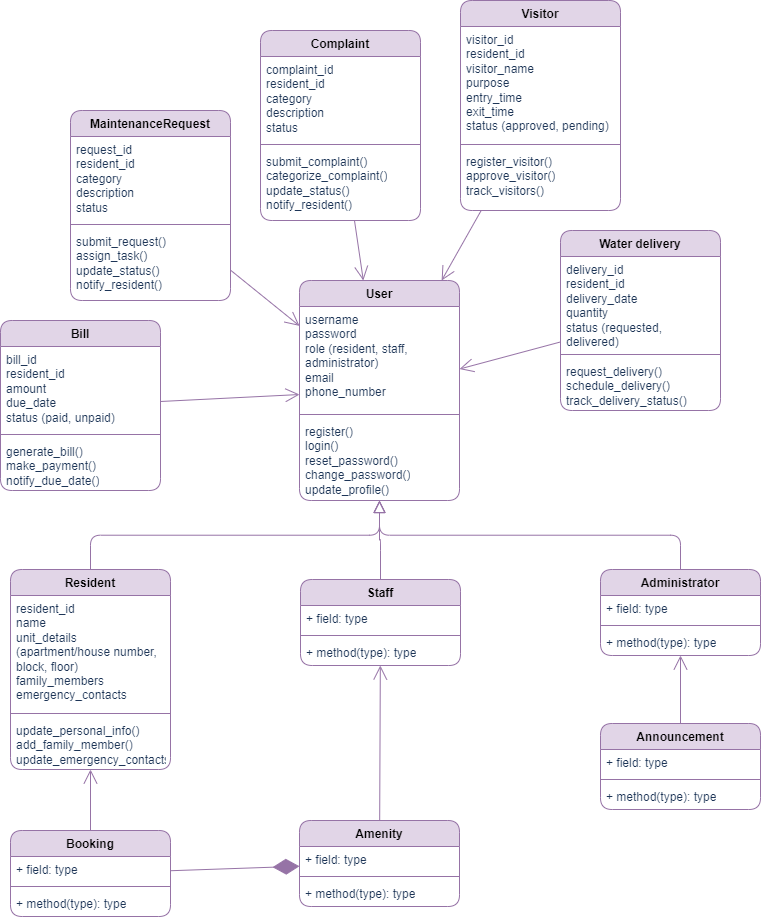
Earlier version of the draw.io export UML class diagram.drawio.png (zainy0805/SE_Assignment_project). Source tidied: cells renumbered, new cells last; positions are measured from the earlier drawing's top-left corner, leaving out a move shared by most shapes.
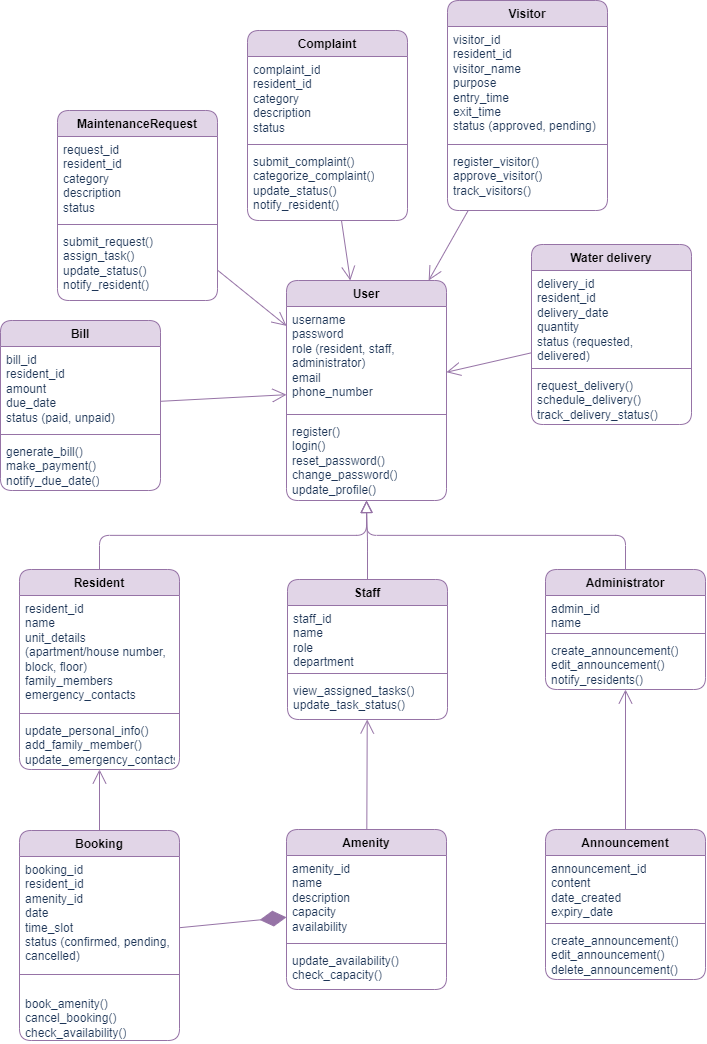
After the change.

What changed in the source:
```diff
@@ -18,7 +18,7 @@
       <mxGeometry y="138" width="160" height="82" as="geometry" />
     </mxCell>
     <mxCell id="7" value="Resident" style="swimlane;fontStyle=1;align=center;verticalAlign=top;horizontal=1;startSize=26;whiteSpace=wrap;html=1;rounded=1;strokeColor=#9673a6;fillColor=#e1d5e7;" parent="1" vertex="1">
-      <mxGeometry x="10" y="569" width="160" height="200" as="geometry" />
+      <mxGeometry x="32" y="569" width="160" height="200" as="geometry" />
     </mxCell>
     <mxCell id="8" value="&lt;span style=&quot;background-color: initial;&quot;&gt;resident_id&lt;/span&gt;&lt;br&gt;&lt;span style=&quot;background-color: initial;&quot;&gt;name&lt;/span&gt;&lt;br&gt;&lt;span style=&quot;background-color: initial;&quot;&gt;unit_details (apartment/house number, block, floor)&lt;/span&gt;&lt;br&gt;&lt;span style=&quot;background-color: initial;&quot;&gt;family_members&lt;/span&gt;&lt;br&gt;&lt;span style=&quot;background-color: initial;&quot;&gt;emergency_contacts&lt;/span&gt;" style="text;strokeColor=none;fillColor=none;align=left;verticalAlign=top;spacingLeft=4;spacingRight=4;overflow=hidden;whiteSpace=wrap;html=1;fontColor=#1D3557;" parent="7" vertex="1">
       <mxGeometry y="26" width="160" height="114" as="geometry" />
@@ -30,64 +30,64 @@
       <mxGeometry y="148" width="160" height="52" as="geometry" />
     </mxCell>
     <mxCell id="11" value="Staff" style="swimlane;fontStyle=1;align=center;verticalAlign=top;horizontal=1;startSize=26;whiteSpace=wrap;html=1;rounded=1;strokeColor=#9673a6;fillColor=#e1d5e7;" parent="1" vertex="1">
-      <mxGeometry x="300" y="579" width="160" height="86" as="geometry" />
+      <mxGeometry x="300" y="579" width="160" height="140" as="geometry" />
     </mxCell>
-    <mxCell id="12" value="+ field: type" style="text;strokeColor=none;fillColor=none;align=left;verticalAlign=top;spacingLeft=4;spacingRight=4;overflow=hidden;whiteSpace=wrap;html=1;fontColor=#1D3557;" parent="11" vertex="1">
-      <mxGeometry y="26" width="160" height="26" as="geometry" />
+    <mxCell id="12" value="&lt;span style=&quot;background-color: initial;&quot;&gt;staff_id&lt;/span&gt;&lt;br&gt;&lt;span style=&quot;background-color: initial;&quot;&gt;name&lt;/span&gt;&lt;br&gt;&lt;span style=&quot;background-color: initial;&quot;&gt;role&lt;/span&gt;&lt;br&gt;&lt;span style=&quot;background-color: initial;&quot;&gt;department&lt;/span&gt;" style="text;strokeColor=none;fillColor=none;align=left;verticalAlign=top;spacingLeft=4;spacingRight=4;overflow=hidden;whiteSpace=wrap;html=1;fontColor=#1D3557;" parent="11" vertex="1">
+      <mxGeometry y="26" width="160" height="64" as="geometry" />
     </mxCell>
     <mxCell id="13" style="line;strokeWidth=1;fillColor=none;align=left;verticalAlign=middle;spacingTop=-1;spacingLeft=3;spacingRight=3;labelPosition=right;strokeColor=inherit;rounded=1;fontColor=#1D3557;" parent="11" vertex="1">
-      <mxGeometry y="52" width="160" height="8" as="geometry" />
+      <mxGeometry y="90" width="160" height="8" as="geometry" />
     </mxCell>
-    <mxCell id="14" value="+ method(type): type" style="text;strokeColor=none;fillColor=none;align=left;verticalAlign=top;spacingLeft=4;spacingRight=4;overflow=hidden;whiteSpace=wrap;html=1;fontColor=#1D3557;" parent="11" vertex="1">
-      <mxGeometry y="60" width="160" height="26" as="geometry" />
+    <mxCell id="14" value="&lt;span style=&quot;background-color: initial;&quot;&gt;view_assigned_tasks()&lt;/span&gt;&lt;br&gt;&lt;span style=&quot;background-color: initial;&quot;&gt;update_task_status()&lt;/span&gt;" style="text;strokeColor=none;fillColor=none;align=left;verticalAlign=top;spacingLeft=4;spacingRight=4;overflow=hidden;whiteSpace=wrap;html=1;fontColor=#1D3557;" parent="11" vertex="1">
+      <mxGeometry y="98" width="160" height="42" as="geometry" />
     </mxCell>
     <mxCell id="15" value="Administrator" style="swimlane;fontStyle=1;align=center;verticalAlign=top;horizontal=1;startSize=26;whiteSpace=wrap;html=1;rounded=1;strokeColor=#9673a6;fillColor=#e1d5e7;" parent="1" vertex="1">
-      <mxGeometry x="600" y="569" width="160" height="86" as="geometry" />
+      <mxGeometry x="558" y="569" width="160" height="120" as="geometry" />
     </mxCell>
-    <mxCell id="16" value="+ field: type" style="text;strokeColor=none;fillColor=none;align=left;verticalAlign=top;spacingLeft=4;spacingRight=4;overflow=hidden;whiteSpace=wrap;html=1;fontColor=#1D3557;" parent="15" vertex="1">
-      <mxGeometry y="26" width="160" height="26" as="geometry" />
+    <mxCell id="16" value="&lt;span style=&quot;background-color: initial;&quot;&gt;admin_id&lt;/span&gt;&lt;br&gt;&lt;span style=&quot;background-color: initial;&quot;&gt;name&lt;/span&gt;" style="text;strokeColor=none;fillColor=none;align=left;verticalAlign=top;spacingLeft=4;spacingRight=4;overflow=hidden;whiteSpace=wrap;html=1;fontColor=#1D3557;" parent="15" vertex="1">
+      <mxGeometry y="26" width="160" height="34" as="geometry" />
     </mxCell>
     <mxCell id="17" style="line;strokeWidth=1;fillColor=none;align=left;verticalAlign=middle;spacingTop=-1;spacingLeft=3;spacingRight=3;labelPosition=right;strokeColor=inherit;rounded=1;fontColor=#1D3557;" parent="15" vertex="1">
-      <mxGeometry y="52" width="160" height="8" as="geometry" />
+      <mxGeometry y="60" width="160" height="8" as="geometry" />
     </mxCell>
-    <mxCell id="18" value="+ method(type): type" style="text;strokeColor=none;fillColor=none;align=left;verticalAlign=top;spacingLeft=4;spacingRight=4;overflow=hidden;whiteSpace=wrap;html=1;fontColor=#1D3557;" parent="15" vertex="1">
-      <mxGeometry y="60" width="160" height="26" as="geometry" />
+    <mxCell id="18" value="&lt;span style=&quot;background-color: initial;&quot;&gt;create_announcement()&lt;/span&gt;&lt;br&gt;&lt;span style=&quot;background-color: initial;&quot;&gt;edit_announcement()&lt;/span&gt;&lt;br&gt;&lt;span style=&quot;background-color: initial;&quot;&gt;notify_residents()&lt;/span&gt;" style="text;strokeColor=none;fillColor=none;align=left;verticalAlign=top;spacingLeft=4;spacingRight=4;overflow=hidden;whiteSpace=wrap;html=1;fontColor=#1D3557;" parent="15" vertex="1">
+      <mxGeometry y="68" width="160" height="52" as="geometry" />
     </mxCell>
     <mxCell id="19" value="Amenity" style="swimlane;fontStyle=1;align=center;verticalAlign=top;horizontal=1;startSize=26;whiteSpace=wrap;html=1;rounded=1;strokeColor=#9673a6;fillColor=#e1d5e7;" parent="1" vertex="1">
-      <mxGeometry x="299" y="820" width="160" height="86" as="geometry" />
+      <mxGeometry x="299" y="829" width="160" height="160" as="geometry" />
     </mxCell>
-    <mxCell id="20" value="+ field: type" style="text;strokeColor=none;fillColor=none;align=left;verticalAlign=top;spacingLeft=4;spacingRight=4;overflow=hidden;whiteSpace=wrap;html=1;fontColor=#1D3557;" parent="19" vertex="1">
-      <mxGeometry y="26" width="160" height="26" as="geometry" />
+    <mxCell id="20" value="&lt;span style=&quot;background-color: initial;&quot;&gt;amenity_id&lt;/span&gt;&lt;br&gt;&lt;span style=&quot;background-color: initial;&quot;&gt;name&lt;/span&gt;&lt;br&gt;&lt;span style=&quot;background-color: initial;&quot;&gt;description&lt;/span&gt;&lt;br&gt;&lt;span style=&quot;background-color: initial;&quot;&gt;capacity&lt;/span&gt;&lt;br&gt;&lt;span style=&quot;background-color: initial;&quot;&gt;availability&lt;/span&gt;" style="text;strokeColor=none;fillColor=none;align=left;verticalAlign=top;spacingLeft=4;spacingRight=4;overflow=hidden;whiteSpace=wrap;html=1;fontColor=#1D3557;" parent="19" vertex="1">
+      <mxGeometry y="26" width="160" height="84" as="geometry" />
     </mxCell>
     <mxCell id="21" style="line;strokeWidth=1;fillColor=none;align=left;verticalAlign=middle;spacingTop=-1;spacingLeft=3;spacingRight=3;labelPosition=right;strokeColor=inherit;rounded=1;fontColor=#1D3557;" parent="19" vertex="1">
-      <mxGeometry y="52" width="160" height="8" as="geometry" />
+      <mxGeometry y="110" width="160" height="8" as="geometry" />
     </mxCell>
-    <mxCell id="22" value="+ method(type): type" style="text;strokeColor=none;fillColor=none;align=left;verticalAlign=top;spacingLeft=4;spacingRight=4;overflow=hidden;whiteSpace=wrap;html=1;fontColor=#1D3557;" parent="19" vertex="1">
-      <mxGeometry y="60" width="160" height="26" as="geometry" />
+    <mxCell id="22" value="&lt;span style=&quot;background-color: initial;&quot;&gt;update_availability()&lt;/span&gt;&lt;br&gt;&lt;span style=&quot;background-color: initial;&quot;&gt;check_capacity()&lt;/span&gt;" style="text;strokeColor=none;fillColor=none;align=left;verticalAlign=top;spacingLeft=4;spacingRight=4;overflow=hidden;whiteSpace=wrap;html=1;fontColor=#1D3557;" parent="19" vertex="1">
+      <mxGeometry y="118" width="160" height="42" as="geometry" />
     </mxCell>
     <mxCell id="23" value="Booking" style="swimlane;fontStyle=1;align=center;verticalAlign=top;horizontal=1;startSize=26;whiteSpace=wrap;html=1;rounded=1;strokeColor=#9673a6;fillColor=#e1d5e7;" parent="1" vertex="1">
-      <mxGeometry x="10" y="830" width="160" height="86" as="geometry" />
+      <mxGeometry x="32" y="830" width="160" height="210" as="geometry" />
     </mxCell>
-    <mxCell id="24" value="+ field: type" style="text;strokeColor=none;fillColor=none;align=left;verticalAlign=top;spacingLeft=4;spacingRight=4;overflow=hidden;whiteSpace=wrap;html=1;fontColor=#1D3557;" parent="23" vertex="1">
-      <mxGeometry y="26" width="160" height="26" as="geometry" />
+    <mxCell id="24" value="&lt;span style=&quot;background-color: initial;&quot;&gt;booking_id&lt;/span&gt;&lt;br&gt;&lt;span style=&quot;background-color: initial;&quot;&gt;resident_id&lt;/span&gt;&lt;br&gt;&lt;span style=&quot;background-color: initial;&quot;&gt;amenity_id&lt;/span&gt;&lt;br&gt;&lt;span style=&quot;background-color: initial;&quot;&gt;date&lt;/span&gt;&lt;br&gt;&lt;span style=&quot;background-color: initial;&quot;&gt;time_slot&lt;/span&gt;&lt;br&gt;&lt;span style=&quot;background-color: initial;&quot;&gt;status (confirmed, pending, cancelled)&lt;/span&gt;" style="text;strokeColor=none;fillColor=none;align=left;verticalAlign=top;spacingLeft=4;spacingRight=4;overflow=hidden;whiteSpace=wrap;html=1;fontColor=#1D3557;" parent="23" vertex="1">
+      <mxGeometry y="26" width="160" height="114" as="geometry" />
     </mxCell>
     <mxCell id="25" style="line;strokeWidth=1;fillColor=none;align=left;verticalAlign=middle;spacingTop=-1;spacingLeft=3;spacingRight=3;labelPosition=right;strokeColor=inherit;rounded=1;fontColor=#1D3557;" parent="23" vertex="1">
-      <mxGeometry y="52" width="160" height="8" as="geometry" />
+      <mxGeometry y="140" width="160" height="8" as="geometry" />
     </mxCell>
-    <mxCell id="26" value="+ method(type): type" style="text;strokeColor=none;fillColor=none;align=left;verticalAlign=top;spacingLeft=4;spacingRight=4;overflow=hidden;whiteSpace=wrap;html=1;fontColor=#1D3557;" parent="23" vertex="1">
-      <mxGeometry y="60" width="160" height="26" as="geometry" />
+    <mxCell id="26" value="&lt;ul class=&quot;ak-ul&quot;&gt;&lt;/ul&gt;&lt;span style=&quot;background-color: initial;&quot;&gt;book_amenity()&lt;/span&gt;&lt;div&gt;&lt;span style=&quot;background-color: initial;&quot;&gt;cancel_booking()&lt;/span&gt;&lt;/div&gt;&lt;div&gt;&lt;span style=&quot;background-color: initial;&quot;&gt;check_availability()&lt;/span&gt;&lt;br&gt;&lt;p&gt;&lt;/p&gt;&lt;/div&gt;" style="text;strokeColor=none;fillColor=none;align=left;verticalAlign=top;spacingLeft=4;spacingRight=4;overflow=hidden;whiteSpace=wrap;html=1;fontColor=#1D3557;" parent="23" vertex="1">
+      <mxGeometry y="148" width="160" height="62" as="geometry" />
     </mxCell>
     <mxCell id="27" value="Announcement" style="swimlane;fontStyle=1;align=center;verticalAlign=top;horizontal=1;startSize=26;whiteSpace=wrap;html=1;rounded=1;strokeColor=#9673a6;fillColor=#e1d5e7;" parent="1" vertex="1">
-      <mxGeometry x="600" y="723" width="160" height="86" as="geometry" />
+      <mxGeometry x="558" y="829" width="160" height="150" as="geometry" />
     </mxCell>
-    <mxCell id="28" value="+ field: type" style="text;strokeColor=none;fillColor=none;align=left;verticalAlign=top;spacingLeft=4;spacingRight=4;overflow=hidden;whiteSpace=wrap;html=1;fontColor=#1D3557;" parent="27" vertex="1">
-      <mxGeometry y="26" width="160" height="26" as="geometry" />
+    <mxCell id="28" value="&lt;span style=&quot;background-color: initial;&quot;&gt;announcement_id&lt;/span&gt;&lt;br&gt;&lt;span style=&quot;background-color: initial;&quot;&gt;content&lt;/span&gt;&lt;br&gt;&lt;span style=&quot;background-color: initial;&quot;&gt;date_created&lt;/span&gt;&lt;br&gt;&lt;span style=&quot;background-color: initial;&quot;&gt;expiry_date&lt;/span&gt;" style="text;strokeColor=none;fillColor=none;align=left;verticalAlign=top;spacingLeft=4;spacingRight=4;overflow=hidden;whiteSpace=wrap;html=1;fontColor=#1D3557;" parent="27" vertex="1">
+      <mxGeometry y="26" width="160" height="64" as="geometry" />
     </mxCell>
     <mxCell id="29" style="line;strokeWidth=1;fillColor=none;align=left;verticalAlign=middle;spacingTop=-1;spacingLeft=3;spacingRight=3;labelPosition=right;strokeColor=inherit;rounded=1;fontColor=#1D3557;" parent="27" vertex="1">
-      <mxGeometry y="52" width="160" height="8" as="geometry" />
+      <mxGeometry y="90" width="160" height="8" as="geometry" />
     </mxCell>
-    <mxCell id="30" value="+ method(type): type" style="text;strokeColor=none;fillColor=none;align=left;verticalAlign=top;spacingLeft=4;spacingRight=4;overflow=hidden;whiteSpace=wrap;html=1;fontColor=#1D3557;" parent="27" vertex="1">
-      <mxGeometry y="60" width="160" height="26" as="geometry" />
+    <mxCell id="30" value="&lt;span style=&quot;background-color: initial;&quot;&gt;create_announcement()&lt;/span&gt;&lt;br&gt;&lt;span style=&quot;background-color: initial;&quot;&gt;edit_announcement()&lt;/span&gt;&lt;br&gt;&lt;span style=&quot;background-color: initial;&quot;&gt;delete_announcement()&lt;/span&gt;" style="text;strokeColor=none;fillColor=none;align=left;verticalAlign=top;spacingLeft=4;spacingRight=4;overflow=hidden;whiteSpace=wrap;html=1;fontColor=#1D3557;" parent="27" vertex="1">
+      <mxGeometry y="98" width="160" height="52" as="geometry" />
     </mxCell>
     <mxCell id="31" value="MaintenanceRequest" style="swimlane;fontStyle=1;align=center;verticalAlign=top;horizontal=1;startSize=26;whiteSpace=wrap;html=1;rounded=1;strokeColor=#9673a6;fillColor=#e1d5e7;" parent="1" vertex="1">
       <mxGeometry x="70" y="110" width="160" height="190" as="geometry" />
@@ -126,7 +126,7 @@
       <mxGeometry y="118" width="160" height="72" as="geometry" />
     </mxCell>
     <mxCell id="43" value="Bill" style="swimlane;fontStyle=1;align=center;verticalAlign=top;horizontal=1;startSize=26;whiteSpace=wrap;html=1;rounded=1;strokeColor=#9673a6;fillColor=#e1d5e7;" parent="1" vertex="1">
-      <mxGeometry y="320" width="160" height="170" as="geometry" />
+      <mxGeometry x="13" y="320" width="160" height="170" as="geometry" />
     </mxCell>
     <mxCell id="44" value="&lt;span style=&quot;background-color: initial;&quot;&gt;bill_id&lt;/span&gt;&lt;br&gt;&lt;span style=&quot;background-color: initial;&quot;&gt;resident_id&lt;/span&gt;&lt;br&gt;&lt;span style=&quot;background-color: initial;&quot;&gt;amount&lt;/span&gt;&lt;br&gt;&lt;span style=&quot;background-color: initial;&quot;&gt;due_date&lt;/span&gt;&lt;br&gt;&lt;span style=&quot;background-color: initial;&quot;&gt;status (paid, unpaid)&lt;/span&gt;" style="text;strokeColor=none;fillColor=none;align=left;verticalAlign=top;spacingLeft=4;spacingRight=4;overflow=hidden;whiteSpace=wrap;html=1;fontColor=#1D3557;" parent="43" vertex="1">
       <mxGeometry y="26" width="160" height="84" as="geometry" />
@@ -144,7 +144,7 @@
       <mxGeometry relative="1" as="geometry" />
     </mxCell>
     <mxCell id="49" value="Water delivery" style="swimlane;fontStyle=1;align=center;verticalAlign=top;horizontal=1;startSize=26;whiteSpace=wrap;html=1;rounded=1;strokeColor=#9673a6;fillColor=#e1d5e7;" parent="1" vertex="1">
-      <mxGeometry x="560" y="230" width="160" height="180" as="geometry" />
+      <mxGeometry x="544" y="244" width="160" height="180" as="geometry" />
     </mxCell>
     <mxCell id="50" value="&lt;span style=&quot;background-color: initial;&quot;&gt;delivery_id&lt;/span&gt;&lt;br&gt;&lt;span style=&quot;background-color: initial;&quot;&gt;resident_id&lt;/span&gt;&lt;br&gt;&lt;span style=&quot;background-color: initial;&quot;&gt;delivery_date&lt;/span&gt;&lt;br&gt;&lt;span style=&quot;background-color: initial;&quot;&gt;quantity&lt;/span&gt;&lt;br&gt;&lt;span style=&quot;background-color: initial;&quot;&gt;status (requested, delivered)&lt;/span&gt;" style="text;strokeColor=none;fillColor=none;align=left;verticalAlign=top;spacingLeft=4;spacingRight=4;overflow=hidden;whiteSpace=wrap;html=1;fontColor=#1D3557;" parent="49" vertex="1">
       <mxGeometry y="26" width="160" height="94" as="geometry" />
```
